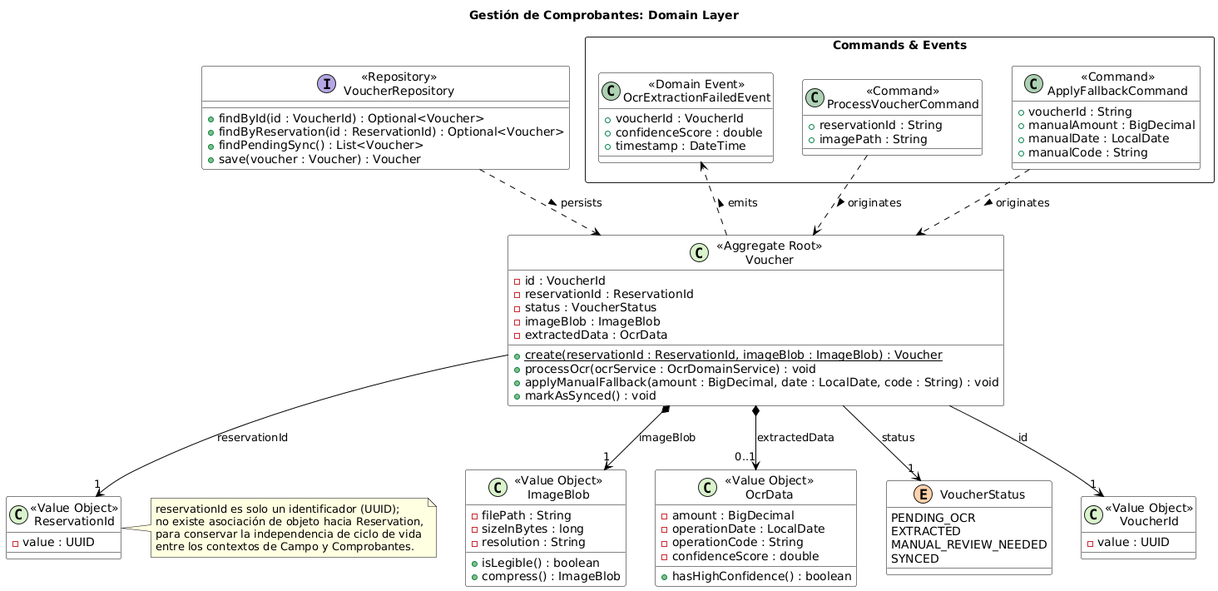
Earlier version of the PlantUML export assets/cap2/BC-Gestion-de-Comprobantes-Class-Diagram.png (1ACC0238-2620-13981-NovaCorp-InmoNode/InmoNode-Project-Report). The source it was exported from:
```plantuml
@startuml
skinparam class {
    BackgroundColor White
    ArrowColor Black
    BorderColor Black
}
skinparam note {
    BackgroundColor LightYellow
    BorderColor Black
}

title Gestión de Comprobantes: Domain Layer

class "«Repository»\nVoucherRepository" as VoucherRepository << (I,#B4A7E5) >> {
    + findById(id : VoucherId) : Optional<Voucher>
    + findByReservation(id : ReservationId) : Optional<Voucher>
    + findPendingSync() : List<Voucher>
    + save(voucher : Voucher) : Voucher
}

class "«Aggregate Root»\nVoucher" as Voucher << (C,#D8F2CB) >> {
    - id : VoucherId
    - reservationId : ReservationId
    - status : VoucherStatus
    - imageBlob : ImageBlob
    - extractedData : OcrData
    + {static} create(reservationId : ReservationId, imageBlob : ImageBlob) : Voucher
    + processOcr(ocrService : OcrDomainService) : void
    + applyManualFallback(amount : BigDecimal, date : LocalDate, code : String) : void
    + markAsSynced() : void
}

class "«Value Object»\nImageBlob" as ImageBlob << (C,#D8F2CB) >> {
    - filePath : String
    - sizeInBytes : long
    - resolution : String
    + isLegible() : boolean
    + compress() : ImageBlob
}

class "«Value Object»\nOcrData" as OcrData << (C,#D8F2CB) >> {
    - amount : BigDecimal
    - operationDate : LocalDate
    - operationCode : String
    - confidenceScore : double
    + hasHighConfidence() : boolean
}

enum "VoucherStatus" as VoucherStatus << (E,#FFD1AA) >> {
    PENDING_OCR
    EXTRACTED
    MANUAL_REVIEW_NEEDED
    SYNCED
}

class "«Value Object»\nVoucherId" as VoucherId << (C,#D8F2CB) >> {
    - value : UUID
}

class "«Value Object»\nReservationId" as ReservationId << (C,#D8F2CB) >> {
    - value : UUID
}

package "Commands & Events" <<Rectangle>> {
    class "«Command»\nProcessVoucherCommand" as ProcessVoucherCommand {
        + reservationId : String
        + imagePath : String
    }

    class "«Command»\nApplyFallbackCommand" as ApplyFallbackCommand {
        + voucherId : String
        + manualAmount : BigDecimal
        + manualDate : LocalDate
        + manualCode : String
    }

    class "«Domain Event»\nOcrExtractionFailedEvent" as OcrExtractionFailedEvent {
        + voucherId : VoucherId
        + confidenceScore : double
        + timestamp : DateTime
    }
}

VoucherRepository ..> Voucher : persists >
Voucher *--> "1" ImageBlob : imageBlob
Voucher *--> "0..1" OcrData : extractedData
Voucher --> "1" VoucherStatus : status
Voucher --> "1" VoucherId : id
Voucher --> "1" ReservationId : reservationId

ProcessVoucherCommand ..> Voucher : originates >
ApplyFallbackCommand ..> Voucher : originates >
Voucher ..> OcrExtractionFailedEvent : emits >

note right of ReservationId
  reservationId es solo un identificador (UUID);
  no existe asociación de objeto hacia Reservation,
  para conservar la independencia de ciclo de vida
  entre los contextos de Campo y Comprobantes.
end note
@enduml
```
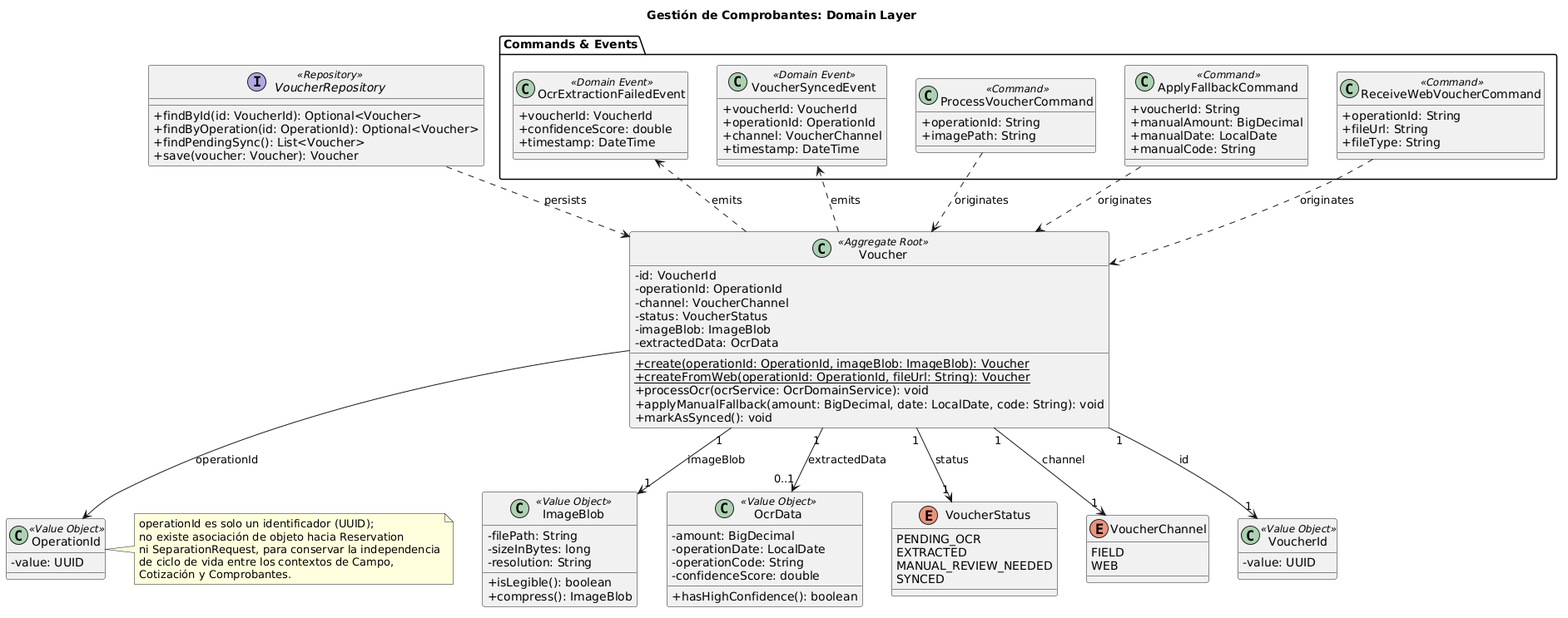
After the commit.

What changed in the source:
```diff
@@ -1,101 +1,118 @@
 @startuml
-skinparam class {
-    BackgroundColor White
-    ArrowColor Black
-    BorderColor Black
-}
-skinparam note {
-    BackgroundColor LightYellow
-    BorderColor Black
+title Gestión de Comprobantes: Domain Layer
+
+skinparam classAttributeIconSize 0
+
+interface "VoucherRepository" as VoucherRepository <<Repository>> {
+  +findById(id: VoucherId): Optional<Voucher>
+  +findByOperation(id: OperationId): Optional<Voucher>
+  +findPendingSync(): List<Voucher>
+  +save(voucher: Voucher): Voucher
 }
 
-title Gestión de Comprobantes: Domain Layer
+package "Commands & Events" {
+  class ProcessVoucherCommand <<Command>> {
+    +operationId: String
+    +imagePath: String
+  }
 
-class "«Repository»\nVoucherRepository" as VoucherRepository << (I,#B4A7E5) >> {
-    + findById(id : VoucherId) : Optional<Voucher>
-    + findByReservation(id : ReservationId) : Optional<Voucher>
-    + findPendingSync() : List<Voucher>
-    + save(voucher : Voucher) : Voucher
+  class ApplyFallbackCommand <<Command>> {
+    +voucherId: String
+    +manualAmount: BigDecimal
+    +manualDate: LocalDate
+    +manualCode: String
+  }
+
+  class ReceiveWebVoucherCommand <<Command>> {
+    +operationId: String
+    +fileUrl: String
+    +fileType: String
+  }
+
+  class OcrExtractionFailedEvent <<Domain Event>> {
+    +voucherId: VoucherId
+    +confidenceScore: double
+    +timestamp: DateTime
+  }
+
+  class VoucherSyncedEvent <<Domain Event>> {
+    +voucherId: VoucherId
+    +operationId: OperationId
+    +channel: VoucherChannel
+    +timestamp: DateTime
+  }
 }
 
-class "«Aggregate Root»\nVoucher" as Voucher << (C,#D8F2CB) >> {
-    - id : VoucherId
-    - reservationId : ReservationId
-    - status : VoucherStatus
-    - imageBlob : ImageBlob
-    - extractedData : OcrData
-    + {static} create(reservationId : ReservationId, imageBlob : ImageBlob) : Voucher
-    + processOcr(ocrService : OcrDomainService) : void
-    + applyManualFallback(amount : BigDecimal, date : LocalDate, code : String) : void
-    + markAsSynced() : void
+class Voucher <<Aggregate Root>> {
+  -id: VoucherId
+  -operationId: OperationId
+  -channel: VoucherChannel
+  -status: VoucherStatus
+  -imageBlob: ImageBlob
+  -extractedData: OcrData
+  +{static} create(operationId: OperationId, imageBlob: ImageBlob): Voucher
+  +{static} createFromWeb(operationId: OperationId, fileUrl: String): Voucher
+  +processOcr(ocrService: OcrDomainService): void
+  +applyManualFallback(amount: BigDecimal, date: LocalDate, code: String): void
+  +markAsSynced(): void
 }
 
-class "«Value Object»\nImageBlob" as ImageBlob << (C,#D8F2CB) >> {
-    - filePath : String
-    - sizeInBytes : long
-    - resolution : String
-    + isLegible() : boolean
-    + compress() : ImageBlob
+class ImageBlob <<Value Object>> {
+  -filePath: String
+  -sizeInBytes: long
+  -resolution: String
+  +isLegible(): boolean
+  +compress(): ImageBlob
 }
 
-class "«Value Object»\nOcrData" as OcrData << (C,#D8F2CB) >> {
-    - amount : BigDecimal
-    - operationDate : LocalDate
-    - operationCode : String
-    - confidenceScore : double
-    + hasHighConfidence() : boolean
+class OcrData <<Value Object>> {
+  -amount: BigDecimal
+  -operationDate: LocalDate
+  -operationCode: String
+  -confidenceScore: double
+  +hasHighConfidence(): boolean
 }
 
-enum "VoucherStatus" as VoucherStatus << (E,#FFD1AA) >> {
-    PENDING_OCR
-    EXTRACTED
-    MANUAL_REVIEW_NEEDED
-    SYNCED
+enum VoucherStatus {
+  PENDING_OCR
+  EXTRACTED
+  MANUAL_REVIEW_NEEDED
+  SYNCED
 }
 
-class "«Value Object»\nVoucherId" as VoucherId << (C,#D8F2CB) >> {
-    - value : UUID
+enum VoucherChannel {
+  FIELD
+  WEB
 }
 
-class "«Value Object»\nReservationId" as ReservationId << (C,#D8F2CB) >> {
-    - value : UUID
+class VoucherId <<Value Object>> {
+  -value: UUID
 }
 
-package "Commands & Events" <<Rectangle>> {
-    class "«Command»\nProcessVoucherCommand" as ProcessVoucherCommand {
-        + reservationId : String
-        + imagePath : String
-    }
-
-    class "«Command»\nApplyFallbackCommand" as ApplyFallbackCommand {
-        + voucherId : String
-        + manualAmount : BigDecimal
-        + manualDate : LocalDate
-        + manualCode : String
-    }
-
-    class "«Domain Event»\nOcrExtractionFailedEvent" as OcrExtractionFailedEvent {
-        + voucherId : VoucherId
-        + confidenceScore : double
-        + timestamp : DateTime
-    }
+class OperationId <<Value Object>> {
+  -value: UUID
 }
 
-VoucherRepository ..> Voucher : persists >
-Voucher *--> "1" ImageBlob : imageBlob
-Voucher *--> "0..1" OcrData : extractedData
-Voucher --> "1" VoucherStatus : status
-Voucher --> "1" VoucherId : id
-Voucher --> "1" ReservationId : reservationId
+VoucherRepository ..> Voucher : persists
+ProcessVoucherCommand ..> Voucher : originates
+ApplyFallbackCommand ..> Voucher : originates
+ReceiveWebVoucherCommand ..> Voucher : originates
+Voucher ..> OcrExtractionFailedEvent : emits
+Voucher ..> VoucherSyncedEvent : emits
 
-ProcessVoucherCommand ..> Voucher : originates >
-ApplyFallbackCommand ..> Voucher : originates >
-Voucher ..> OcrExtractionFailedEvent : emits >
+Voucher "1" --> "1" VoucherId : id
+Voucher "1" --> "1" ImageBlob : imageBlob
+Voucher "1" --> "0..1" OcrData : extractedData
+Voucher "1" --> "1" VoucherStatus : status
+Voucher "1" --> "1" VoucherChannel : channel
+Voucher --> OperationId : operationId
 
-note right of ReservationId
-  reservationId es solo un identificador (UUID);
-  no existe asociación de objeto hacia Reservation,
-  para conservar la independencia de ciclo de vida
-  entre los contextos de Campo y Comprobantes.
+note right of OperationId
+  operationId es solo un identificador (UUID);
+  no existe asociación de objeto hacia Reservation
+  ni SeparationRequest, para conservar la independencia
+  de ciclo de vida entre los contextos de Campo,
+  Cotización y Comprobantes.
 end note
+
 @enduml
```
